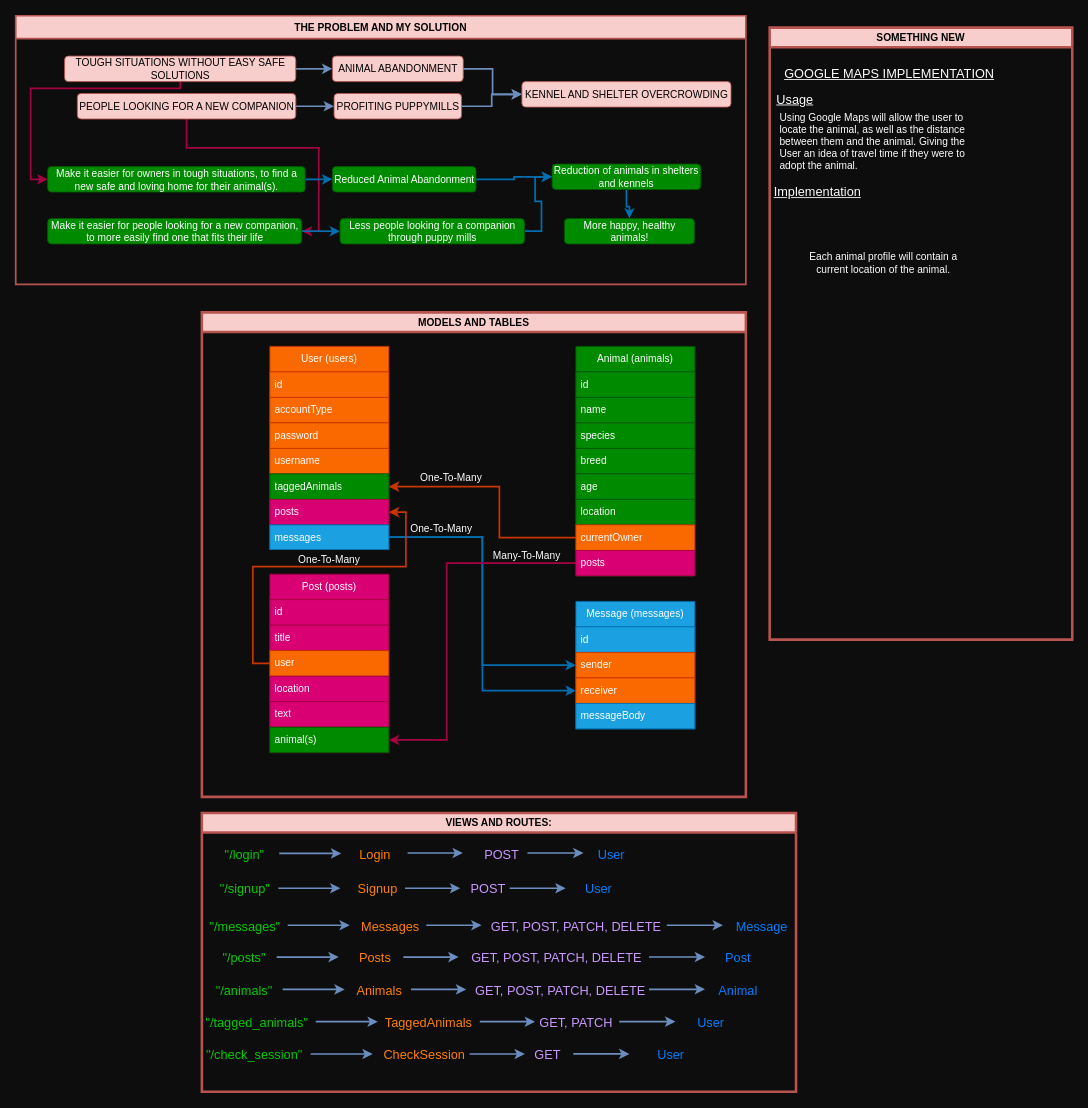
This is Untitled Diagram.drawio from kammau/Animal-Share, a draw.io file, before an edit. Source tidied: cells renumbered, new cells numbered last; positions are measured from the earlier drawing's top-left corner, leaving out a move shared by most shapes. Both pictures are drawn from the tidied source at 85%, with x=0, y=0 at pixel (15, 15).
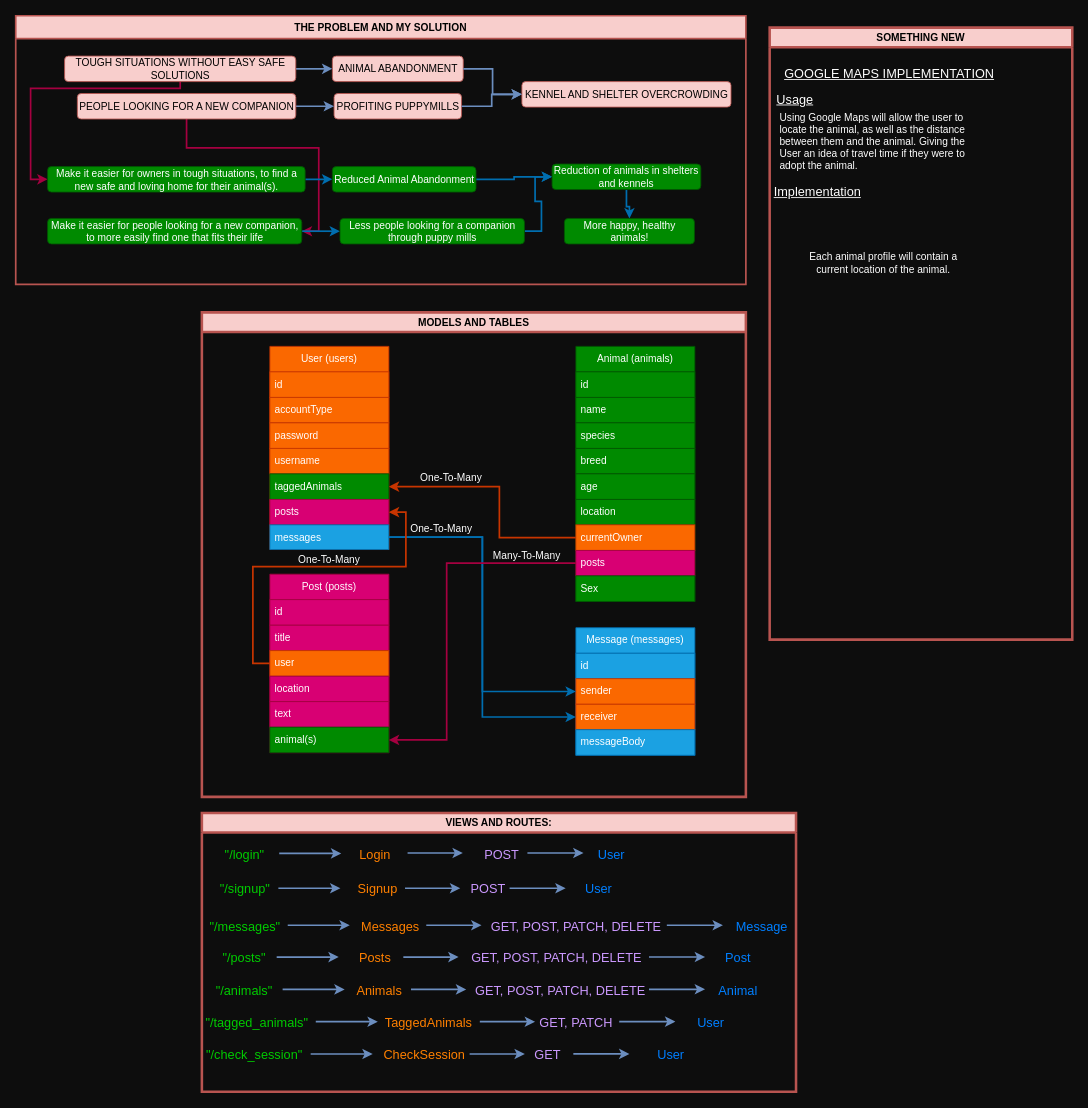
The same page after the edit.

Unchanged cells that the change refers to:
```xml
<mxCell id="2" value="MODELS AND TABLES" style="swimlane;whiteSpace=wrap;html=1;fillColor=#f8cecc;strokeColor=#b85450;rounded=0;strokeWidth=3;" parent="1" vertex="1">
  <mxGeometry x="219" y="349" width="640" height="570" as="geometry" />
</mxCell>
```

Diff of the diagram source:
```diff
@@
     <mxCell id="11" value="Animal (animals)" style="swimlane;fontStyle=0;horizontal=1;startSize=30;whiteSpace=wrap;html=1;fillColor=#008a00;strokeColor=#005700;fontColor=#ffffff;" parent="2" vertex="1">
-      <mxGeometry x="440" y="40" width="140" height="270" as="geometry" />
+      <mxGeometry x="440" y="40" width="140" height="300" as="geometry" />
     </mxCell>
@@
+    <mxCell id="121" value="Sex" style="text;strokeColor=#005700;fillColor=#008a00;align=left;verticalAlign=middle;spacingLeft=4;spacingRight=4;overflow=hidden;whiteSpace=wrap;html=1;fontColor=#ffffff;" parent="11" vertex="1">
+      <mxGeometry y="270" width="140" height="30" as="geometry" />
+    </mxCell>
@@
     <mxCell id="27" value="Message (messages)" style="swimlane;fontStyle=0;horizontal=1;startSize=30;whiteSpace=wrap;html=1;fillColor=#1ba1e2;strokeColor=#006EAF;fontColor=#ffffff;" parent="2" vertex="1">
-      <mxGeometry x="440" y="340" width="140" height="150" as="geometry" />
+      <mxGeometry x="440" y="371" width="140" height="150" as="geometry" />
     </mxCell>
```
